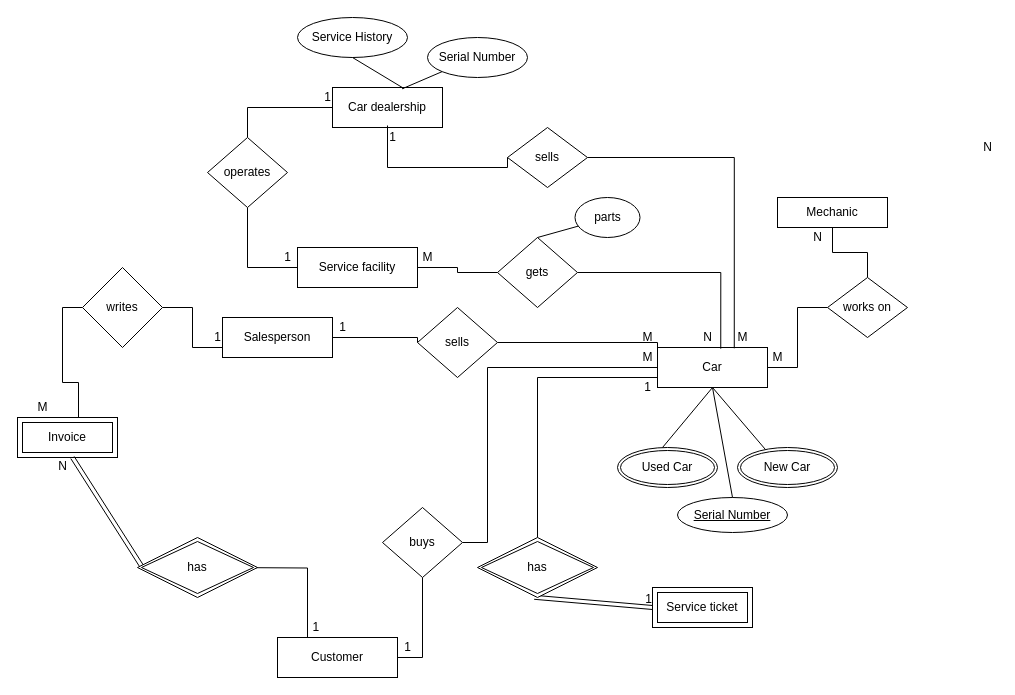
Above: DS3 Activity 3.5 ER Diagram.drawio in ImaDeSara/ImaDeSara (draw.io), before the change. Source tidied: cells renumbered, new cells numbered last; positions are measured from the earlier drawing's top-left corner, leaving out a move shared by most shapes. Both pictures are drawn from the tidied source at 100%, with x=0, y=0 at pixel (17, 17).
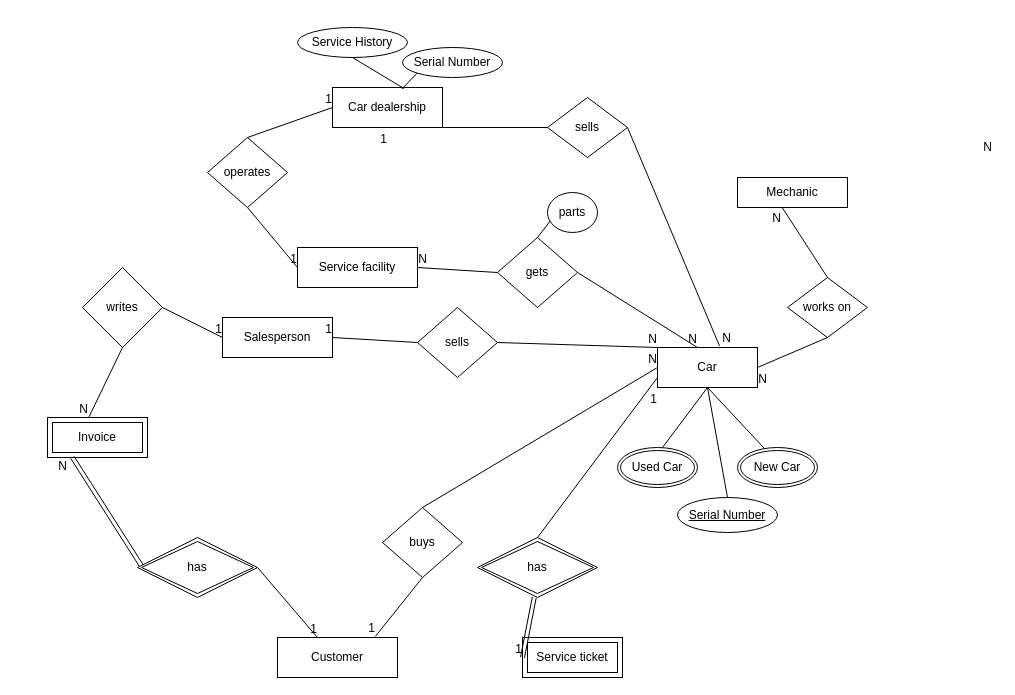
The same diagram, later.

Unchanged cells that the change refers to:
```xml
<mxCell id="3" value="Car dealership" style="rounded=0;whiteSpace=wrap;html=1;" parent="1" vertex="1">
  <mxGeometry x="315" y="70" width="110" height="40" as="geometry" />
</mxCell>
<mxCell id="4" value="Service facility" style="rounded=0;whiteSpace=wrap;html=1;" parent="1" vertex="1">
  <mxGeometry x="280" y="230" width="120" height="40" as="geometry" />
</mxCell>
<mxCell id="8" value="Salesperson" style="rounded=0;whiteSpace=wrap;html=1;" parent="1" vertex="1">
  <mxGeometry x="205" y="300" width="110" height="40" as="geometry" />
</mxCell>
<mxCell id="11" value="Customer" style="rounded=0;whiteSpace=wrap;html=1;" parent="1" vertex="1">
  <mxGeometry x="260" y="620" width="120" height="40" as="geometry" />
</mxCell>
<mxCell id="26" value="sells" style="rhombus;whiteSpace=wrap;html=1;" parent="1" vertex="1">
  <mxGeometry x="400" y="290" width="80" height="70" as="geometry" />
</mxCell>
<mxCell id="30" value="buys" style="rhombus;whiteSpace=wrap;html=1;" parent="1" vertex="1">
  <mxGeometry x="365" y="490" width="80" height="70" as="geometry" />
</mxCell>
<mxCell id="34" value="writes" style="rhombus;whiteSpace=wrap;html=1;" parent="1" vertex="1">
  <mxGeometry x="65" y="250" width="80" height="80" as="geometry" />
</mxCell>
<mxCell id="40" value="operates" style="rhombus;whiteSpace=wrap;html=1;" parent="1" vertex="1">
  <mxGeometry x="190" y="120" width="80" height="70" as="geometry" />
</mxCell>
<mxCell id="45" value="gets" style="rhombus;whiteSpace=wrap;html=1;" parent="1" vertex="1">
  <mxGeometry x="480" y="220" width="80" height="70" as="geometry" />
</mxCell>
<mxCell id="65" value="&lt;span&gt;has&lt;/span&gt;" style="shape=rhombus;double=1;perimeter=rhombusPerimeter;whiteSpace=wrap;html=1;align=center;" parent="1" vertex="1">
  <mxGeometry x="120" y="520" width="120" height="60" as="geometry" />
</mxCell>
<mxCell id="66" value="&lt;span&gt;has&lt;/span&gt;" style="shape=rhombus;double=1;perimeter=rhombusPerimeter;whiteSpace=wrap;html=1;align=center;" parent="1" vertex="1">
  <mxGeometry x="460" y="520" width="120" height="60" as="geometry" />
</mxCell>
```

What changed in the source:
```diff
@@
-    <mxCell id="2" style="edgeStyle=orthogonalEdgeStyle;rounded=0;jettySize=auto;html=1;entryX=0.5;entryY=0;entryDx=0;entryDy=0;startArrow=none;startFill=0;endArrow=none;endFill=0;" parent="1" edge="1" source="3" target="40">
-      <mxGeometry relative="1" as="geometry" />
-    </mxCell>
@@
-    <mxCell id="5" style="edgeStyle=orthogonalEdgeStyle;rounded=0;jettySize=auto;html=1;startArrow=none;startFill=0;endArrow=none;endFill=0;entryX=0.5;entryY=0;entryDx=0;entryDy=0;" parent="1" edge="1" source="6" target="66">
-      <mxGeometry relative="1" as="geometry">
-        <Array as="points">
-          <mxPoint x="520" y="360" />
-        </Array>
-      </mxGeometry>
-    </mxCell>
     <mxCell id="6" value="Car" style="rounded=0;whiteSpace=wrap;html=1;" parent="1" vertex="1">
-      <mxGeometry x="640" y="330" width="110" height="40" as="geometry" />
+      <mxGeometry x="640" y="330" width="100" height="40" as="geometry" />
     </mxCell>
-    <mxCell id="7" style="edgeStyle=orthogonalEdgeStyle;rounded=0;jettySize=auto;html=1;entryX=0;entryY=0.5;entryDx=0;entryDy=0;startArrow=none;startFill=0;endArrow=none;endFill=0;" parent="1" edge="1" source="8" target="26">
-      <mxGeometry relative="1" as="geometry">
-        <Array as="points">
-          <mxPoint x="400" y="320" />
-        </Array>
-      </mxGeometry>
-    </mxCell>
@@
-    <mxCell id="9" style="edgeStyle=orthogonalEdgeStyle;rounded=0;jettySize=auto;html=1;entryX=0;entryY=0.5;entryDx=0;entryDy=0;startArrow=none;startFill=0;endArrow=none;endFill=0;" parent="1" edge="1" target="34">
-      <mxGeometry relative="1" as="geometry">
-        <mxPoint x="40" y="400" as="sourcePoint" />
-      </mxGeometry>
-    </mxCell>
     <mxCell id="10" value="Mechanic" style="rounded=0;whiteSpace=wrap;html=1;" parent="1" vertex="1">
-      <mxGeometry x="760" y="180" width="110" height="30" as="geometry" />
+      <mxGeometry x="720" y="160" width="110" height="30" as="geometry" />
     </mxCell>
@@
     <mxCell id="12" value="Serial Number" style="ellipse;whiteSpace=wrap;html=1;" parent="1" vertex="1">
-      <mxGeometry x="410" y="20" width="100" height="40" as="geometry" />
+      <mxGeometry x="385" y="30" width="100" height="30" as="geometry" />
     </mxCell>
@@
-    <mxCell id="14" style="edgeStyle=orthogonalEdgeStyle;rounded=0;jettySize=auto;html=1;entryX=0.698;entryY=0.02;entryDx=0;entryDy=0;entryPerimeter=0;startArrow=none;startFill=0;endArrow=none;endFill=0;" parent="1" edge="1" source="15" target="6">
-      <mxGeometry relative="1" as="geometry" />
-    </mxCell>
     <mxCell id="15" value="sells" style="rhombus;whiteSpace=wrap;html=1;" parent="1" vertex="1">
-      <mxGeometry x="490" y="110" width="80" height="60" as="geometry" />
+      <mxGeometry x="530" y="80" width="80" height="60" as="geometry" />
     </mxCell>
-    <mxCell id="16" style="edgeStyle=orthogonalEdgeStyle;rounded=0;jettySize=auto;html=1;entryX=0;entryY=0.5;entryDx=0;entryDy=0;startArrow=none;startFill=0;endArrow=none;endFill=0;" parent="1" edge="1" target="15">
-      <mxGeometry relative="1" as="geometry">
-        <mxPoint x="370" y="108" as="sourcePoint" />
-        <Array as="points">
-          <mxPoint x="370" y="150" />
-        </Array>
-      </mxGeometry>
-    </mxCell>
-    <mxCell id="17" value="1" style="text;html=1;align=center;verticalAlign=middle;strokeColor=none;fillColor=none;" parent="1" vertex="1">
-      <mxGeometry x="365" y="110" width="20" height="20" as="geometry" />
-    </mxCell>
-    <mxCell id="18" value="M" style="text;html=1;align=center;verticalAlign=middle;strokeColor=none;fillColor=none;" parent="1" vertex="1">
-      <mxGeometry x="710" y="310" width="30" height="20" as="geometry" />
-    </mxCell>
@@
     <mxCell id="21" value="&lt;u&gt;Serial Number&lt;/u&gt;" style="ellipse;whiteSpace=wrap;html=1;" parent="1" vertex="1">
-      <mxGeometry x="660" y="480" width="110" height="35" as="geometry" />
+      <mxGeometry x="660" y="480" width="100" height="35" as="geometry" />
     </mxCell>
@@
     <mxCell id="23" value="&lt;span&gt;Service History&lt;/span&gt;" style="ellipse;whiteSpace=wrap;html=1;" parent="1" vertex="1">
-      <mxGeometry x="280" width="110" height="40" as="geometry" />
+      <mxGeometry x="280" y="10" width="110" height="30" as="geometry" />
     </mxCell>
@@
-    <mxCell id="25" style="edgeStyle=orthogonalEdgeStyle;rounded=0;jettySize=auto;html=1;entryX=0;entryY=0.75;entryDx=0;entryDy=0;startArrow=none;startFill=0;endArrow=none;endFill=0;exitX=1;exitY=0.5;exitDx=0;exitDy=0;" parent="1" edge="1" source="26" target="6">
-      <mxGeometry relative="1" as="geometry">
-        <Array as="points">
-          <mxPoint x="640" y="325" />
-        </Array>
-      </mxGeometry>
-    </mxCell>
@@
-    <mxCell id="27" value="M" style="text;html=1;align=center;verticalAlign=middle;strokeColor=none;fillColor=none;" parent="1" vertex="1">
-      <mxGeometry x="615" y="330" width="30" height="20" as="geometry" />
-    </mxCell>
-    <mxCell id="28" style="edgeStyle=orthogonalEdgeStyle;rounded=0;jettySize=auto;html=1;entryX=1;entryY=0.5;entryDx=0;entryDy=0;startArrow=none;startFill=0;endArrow=none;endFill=0;" parent="1" edge="1" source="30" target="11">
-      <mxGeometry relative="1" as="geometry" />
-    </mxCell>
-    <mxCell id="29" style="edgeStyle=orthogonalEdgeStyle;rounded=0;jettySize=auto;html=1;startArrow=none;startFill=0;endArrow=none;endFill=0;entryX=0;entryY=0.25;entryDx=0;entryDy=0;" parent="1" edge="1" source="30" target="6">
-      <mxGeometry relative="1" as="geometry">
-        <Array as="points">
-          <mxPoint x="470" y="525" />
-          <mxPoint x="470" y="350" />
-          <mxPoint x="640" y="350" />
-        </Array>
-      </mxGeometry>
-    </mxCell>
@@
-    <mxCell id="31" value="&amp;nbsp; &amp;nbsp; &amp;nbsp;1" style="text;html=1;align=center;verticalAlign=middle;strokeColor=none;fillColor=none;" parent="1" vertex="1">
-      <mxGeometry x="270" y="600" width="40" height="20" as="geometry" />
-    </mxCell>
-    <mxCell id="32" value="M" style="text;html=1;align=center;verticalAlign=middle;strokeColor=none;fillColor=none;" parent="1" vertex="1">
-      <mxGeometry x="615" y="310" width="30" height="20" as="geometry" />
-    </mxCell>
-    <mxCell id="33" style="edgeStyle=orthogonalEdgeStyle;rounded=0;jettySize=auto;html=1;entryX=0;entryY=0.75;entryDx=0;entryDy=0;startArrow=none;startFill=0;endArrow=none;endFill=0;" parent="1" edge="1" source="34" target="8">
-      <mxGeometry relative="1" as="geometry" />
-    </mxCell>
@@
-    <mxCell id="35" value="1" style="text;html=1;align=center;verticalAlign=middle;strokeColor=none;fillColor=none;" parent="1" vertex="1">
-      <mxGeometry x="190" y="310" width="20" height="20" as="geometry" />
-    </mxCell>
-    <mxCell id="36" value="M" style="text;html=1;align=center;verticalAlign=middle;strokeColor=none;fillColor=none;" parent="1" vertex="1">
-      <mxGeometry x="10" y="380" width="30" height="20" as="geometry" />
-    </mxCell>
-    <mxCell id="37" style="edgeStyle=orthogonalEdgeStyle;rounded=0;jettySize=auto;html=1;startArrow=none;startFill=0;endArrow=none;endFill=0;entryX=0.25;entryY=0;entryDx=0;entryDy=0;" parent="1" edge="1" target="11">
-      <mxGeometry relative="1" as="geometry">
-        <mxPoint x="205" y="550" as="sourcePoint" />
-      </mxGeometry>
-    </mxCell>
-    <mxCell id="38" value="1" style="text;html=1;align=center;verticalAlign=middle;strokeColor=none;fillColor=none;" parent="1" vertex="1">
-      <mxGeometry x="315" y="300" width="20" height="20" as="geometry" />
-    </mxCell>
-    <mxCell id="39" style="edgeStyle=orthogonalEdgeStyle;rounded=0;jettySize=auto;html=1;entryX=0;entryY=0.5;entryDx=0;entryDy=0;startArrow=none;startFill=0;endArrow=none;endFill=0;" parent="1" edge="1" source="40" target="4">
-      <mxGeometry relative="1" as="geometry">
-        <Array as="points">
-          <mxPoint x="230" y="250" />
-        </Array>
-      </mxGeometry>
-    </mxCell>
@@
-    <mxCell id="41" value="1" style="text;html=1;align=center;verticalAlign=middle;strokeColor=none;fillColor=none;" parent="1" vertex="1">
-      <mxGeometry x="300" y="70" width="20" height="20" as="geometry" />
-    </mxCell>
-    <mxCell id="42" value="1" style="text;html=1;align=center;verticalAlign=middle;strokeColor=none;fillColor=none;" parent="1" vertex="1">
-      <mxGeometry x="260" y="230" width="20" height="20" as="geometry" />
-    </mxCell>
-    <mxCell id="43" style="edgeStyle=orthogonalEdgeStyle;rounded=0;jettySize=auto;html=1;entryX=1;entryY=0.5;entryDx=0;entryDy=0;startArrow=none;startFill=0;endArrow=none;endFill=0;" parent="1" edge="1" source="45" target="4">
-      <mxGeometry relative="1" as="geometry" />
-    </mxCell>
-    <mxCell id="44" style="edgeStyle=orthogonalEdgeStyle;rounded=0;jettySize=auto;html=1;entryX=0.575;entryY=0.03;entryDx=0;entryDy=0;entryPerimeter=0;startArrow=none;startFill=0;endArrow=none;endFill=0;" parent="1" edge="1" source="45" target="6">
-      <mxGeometry relative="1" as="geometry" />
-    </mxCell>
@@
-    <mxCell id="46" value="M" style="text;html=1;align=center;verticalAlign=middle;strokeColor=none;fillColor=none;" parent="1" vertex="1">
-      <mxGeometry x="395" y="230" width="30" height="20" as="geometry" />
-    </mxCell>
-    <mxCell id="47" value="&amp;nbsp; &amp;nbsp;N" style="text;html=1;align=center;verticalAlign=middle;strokeColor=none;fillColor=none;" parent="1" vertex="1">
-      <mxGeometry x="670" y="310" width="30" height="20" as="geometry" />
-    </mxCell>
     <mxCell id="48" value="&lt;span&gt;parts&lt;/span&gt;" style="ellipse;whiteSpace=wrap;html=1;" parent="1" vertex="1">
-      <mxGeometry x="557.5" y="180" width="65" height="40" as="geometry" />
+      <mxGeometry x="530" y="175" width="50" height="40" as="geometry" />
     </mxCell>
@@
-    <mxCell id="50" value="1" style="text;html=1;align=center;verticalAlign=middle;strokeColor=none;fillColor=none;" parent="1" vertex="1">
-      <mxGeometry x="380" y="620" width="20" height="20" as="geometry" />
-    </mxCell>
-    <mxCell id="51" value="1" style="text;html=1;align=center;verticalAlign=middle;strokeColor=none;fillColor=none;" parent="1" vertex="1">
-      <mxGeometry x="620" y="360" width="20" height="20" as="geometry" />
-    </mxCell>
     <mxCell id="52" value="Used Car" style="ellipse;shape=doubleEllipse;margin=3;whiteSpace=wrap;html=1;align=center;" parent="1" vertex="1">
-      <mxGeometry x="600" y="430" width="100" height="40" as="geometry" />
+      <mxGeometry x="600" y="430" width="80" height="40" as="geometry" />
     </mxCell>
     <mxCell id="53" value="New Car" style="ellipse;shape=doubleEllipse;margin=3;whiteSpace=wrap;html=1;align=center;" parent="1" vertex="1">
-      <mxGeometry x="720" y="430" width="100" height="40" as="geometry" />
+      <mxGeometry x="720" y="430" width="80" height="40" as="geometry" />
     </mxCell>
     <mxCell id="54" value="Service ticket" style="shape=ext;margin=3;double=1;whiteSpace=wrap;html=1;align=center;" parent="1" vertex="1">
-      <mxGeometry x="635" y="570" width="100" height="40" as="geometry" />
+      <mxGeometry x="505" y="620" width="100" height="40" as="geometry" />
     </mxCell>
     <mxCell id="55" value="Invoice" style="shape=ext;margin=3;double=1;whiteSpace=wrap;html=1;align=center;" parent="1" vertex="1">
-      <mxGeometry y="400" width="100" height="40" as="geometry" />
+      <mxGeometry x="30" y="400" width="100" height="40" as="geometry" />
     </mxCell>
@@
-    <mxCell id="60" style="edgeStyle=orthogonalEdgeStyle;rounded=0;jettySize=auto;html=1;entryX=1;entryY=0.5;entryDx=0;entryDy=0;startArrow=none;startFill=0;endArrow=none;endFill=0;" parent="1" edge="1" source="62" target="6">
-      <mxGeometry relative="1" as="geometry" />
-    </mxCell>
-    <mxCell id="61" style="edgeStyle=orthogonalEdgeStyle;rounded=0;jettySize=auto;html=1;entryX=0.5;entryY=1;entryDx=0;entryDy=0;startArrow=none;startFill=0;endArrow=none;endFill=0;" parent="1" edge="1" source="62" target="10">
-      <mxGeometry relative="1" as="geometry" />
-    </mxCell>
     <mxCell id="62" value="works on" style="rhombus;whiteSpace=wrap;html=1;" parent="1" vertex="1">
-      <mxGeometry x="810" y="260" width="80" height="60" as="geometry" />
+      <mxGeometry x="770" y="260" width="80" height="60" as="geometry" />
     </mxCell>
@@
-    <mxCell id="64" value="M" style="text;html=1;align=center;verticalAlign=middle;strokeColor=none;fillColor=none;" parent="1" vertex="1">
-      <mxGeometry x="745" y="330" width="30" height="20" as="geometry" />
-    </mxCell>
@@
-    <mxCell id="67" value="N" style="text;html=1;align=center;verticalAlign=middle;strokeColor=none;fillColor=none;" parent="1" vertex="1">
-      <mxGeometry x="790" y="210" width="20" height="20" as="geometry" />
-    </mxCell>
+    <mxCell id="68" style="endArrow=none;html=1;rounded=0;entryX=0.5;entryY=1;entryDx=0;entryDy=0;exitX=0;exitY=0.5;exitDx=0;exitDy=0;" parent="1" edge="1" source="15" target="3">
+      <mxGeometry relative="1" as="geometry" />
+    </mxCell>
+    <mxCell id="69" value="1" style="html=1;align=right;verticalAlign=bottom;" parent="68" vertex="1">
+      <mxGeometry x="1" relative="1" as="geometry">
+        <mxPoint y="20" as="offset" />
+      </mxGeometry>
+    </mxCell>
+    <mxCell id="70" style="endArrow=none;html=1;rounded=0;entryX=0;entryY=0.5;entryDx=0;entryDy=0;exitX=0.5;exitY=0;exitDx=0;exitDy=0;" parent="1" edge="1" source="40" target="3">
+      <mxGeometry relative="1" as="geometry" />
+    </mxCell>
+    <mxCell id="71" value="1" style="html=1;align=right;verticalAlign=bottom;" parent="70" vertex="1">
+      <mxGeometry x="1" relative="1" as="geometry" />
+    </mxCell>
+    <mxCell id="39" style="endArrow=none;html=1;rounded=0;exitX=0.5;exitY=1;exitDx=0;exitDy=0;entryX=0;entryY=0.5;entryDx=0;entryDy=0;" parent="1" edge="1" source="40" target="4">
+      <mxGeometry relative="1" as="geometry" />
+    </mxCell>
+    <mxCell id="72" value="1" style="html=1;align=right;verticalAlign=bottom;" parent="39" vertex="1">
+      <mxGeometry x="1" relative="1" as="geometry" />
+    </mxCell>
+    <mxCell id="43" style="endArrow=none;html=1;rounded=0;entryX=1;entryY=0.5;entryDx=0;entryDy=0;exitX=0;exitY=0.5;exitDx=0;exitDy=0;" parent="1" edge="1" source="45" target="4">
+      <mxGeometry relative="1" as="geometry" />
+    </mxCell>
+    <mxCell id="73" value="N" style="html=1;align=right;verticalAlign=bottom;" parent="43" vertex="1">
+      <mxGeometry x="1" relative="1" as="geometry">
+        <mxPoint x="10" as="offset" />
+      </mxGeometry>
+    </mxCell>
+    <mxCell id="74" style="endArrow=none;html=1;rounded=0;exitX=1;exitY=0.5;exitDx=0;exitDy=0;" parent="1" edge="1" source="45">
+      <mxGeometry relative="1" as="geometry">
+        <mxPoint x="680" y="330" as="targetPoint" />
+      </mxGeometry>
+    </mxCell>
+    <mxCell id="75" value="N" style="html=1;align=right;verticalAlign=bottom;" parent="74" vertex="1">
+      <mxGeometry x="1" relative="1" as="geometry" />
+    </mxCell>
+    <mxCell id="14" style="endArrow=none;html=1;rounded=0;entryX=0.62;entryY=-0.041;entryDx=0;entryDy=0;entryPerimeter=0;exitX=1;exitY=0.5;exitDx=0;exitDy=0;" parent="1" edge="1" source="15" target="6">
+      <mxGeometry relative="1" as="geometry" />
+    </mxCell>
+    <mxCell id="76" value="N" style="html=1;align=right;verticalAlign=bottom;" parent="14" vertex="1">
+      <mxGeometry x="1" relative="1" as="geometry">
+        <mxPoint x="12" y="1" as="offset" />
+      </mxGeometry>
+    </mxCell>
+    <mxCell id="61" style="endArrow=none;html=1;rounded=0;entryX=0.403;entryY=0.983;entryDx=0;entryDy=0;entryPerimeter=0;exitX=0.5;exitY=0;exitDx=0;exitDy=0;" parent="1" edge="1" source="62" target="10">
+      <mxGeometry relative="1" as="geometry" />
+    </mxCell>
+    <mxCell id="77" value="N" style="html=1;align=right;verticalAlign=bottom;" parent="61" vertex="1">
+      <mxGeometry x="1" relative="1" as="geometry">
+        <mxPoint y="20" as="offset" />
+      </mxGeometry>
+    </mxCell>
+    <mxCell id="60" style="endArrow=none;html=1;rounded=0;entryX=1;entryY=0.5;entryDx=0;entryDy=0;exitX=0.5;exitY=1;exitDx=0;exitDy=0;" parent="1" edge="1" source="62" target="6">
+      <mxGeometry relative="1" as="geometry" />
+    </mxCell>
+    <mxCell id="78" value="N" style="html=1;align=right;verticalAlign=bottom;" parent="60" vertex="1">
+      <mxGeometry x="1" relative="1" as="geometry">
+        <mxPoint x="10" y="20" as="offset" />
+      </mxGeometry>
+    </mxCell>
+    <mxCell id="25" style="endArrow=none;html=1;rounded=0;exitX=1;exitY=0.5;exitDx=0;exitDy=0;entryX=0;entryY=0;entryDx=0;entryDy=0;" parent="1" edge="1" source="26" target="6">
+      <mxGeometry relative="1" as="geometry" />
+    </mxCell>
+    <mxCell id="79" value="N" style="html=1;align=right;verticalAlign=bottom;" parent="25" vertex="1">
+      <mxGeometry x="1" relative="1" as="geometry" />
+    </mxCell>
+    <mxCell id="29" style="endArrow=none;html=1;rounded=0;entryX=0;entryY=0.5;entryDx=0;entryDy=0;exitX=0.5;exitY=0;exitDx=0;exitDy=0;" parent="1" edge="1" source="30" target="6">
+      <mxGeometry relative="1" as="geometry" />
+    </mxCell>
+    <mxCell id="80" value="N" style="html=1;align=right;verticalAlign=bottom;" parent="29" vertex="1">
+      <mxGeometry x="1" relative="1" as="geometry" />
+    </mxCell>
+    <mxCell id="81" style="endArrow=none;html=1;rounded=0;entryX=0;entryY=0.75;entryDx=0;entryDy=0;exitX=0.5;exitY=0;exitDx=0;exitDy=0;" parent="1" edge="1" source="66" target="6">
+      <mxGeometry relative="1" as="geometry" />
+    </mxCell>
+    <mxCell id="82" value="1" style="html=1;align=right;verticalAlign=bottom;" parent="81" vertex="1">
+      <mxGeometry x="1" relative="1" as="geometry">
+        <mxPoint y="30" as="offset" />
+      </mxGeometry>
+    </mxCell>
+    <mxCell id="28" style="endArrow=none;html=1;rounded=0;entryX=0.815;entryY=-0.025;entryDx=0;entryDy=0;entryPerimeter=0;exitX=0.5;exitY=1;exitDx=0;exitDy=0;" parent="1" edge="1" source="30" target="11">
+      <mxGeometry relative="1" as="geometry" />
+    </mxCell>
+    <mxCell id="83" value="1" style="html=1;align=right;verticalAlign=bottom;" parent="28" vertex="1">
+      <mxGeometry x="1" relative="1" as="geometry" />
+    </mxCell>
+    <mxCell id="84" style="endArrow=none;html=1;rounded=0;entryX=0.333;entryY=0;entryDx=0;entryDy=0;entryPerimeter=0;exitX=1;exitY=0.5;exitDx=0;exitDy=0;" parent="1" edge="1" source="65" target="11">
+      <mxGeometry relative="1" as="geometry" />
+    </mxCell>
+    <mxCell id="85" value="1" style="html=1;align=right;verticalAlign=bottom;" parent="84" vertex="1">
+      <mxGeometry x="1" relative="1" as="geometry" />
+    </mxCell>
+    <mxCell id="86" style="endArrow=none;html=1;rounded=0;exitX=0.5;exitY=1;exitDx=0;exitDy=0;entryX=0.41;entryY=0.011;entryDx=0;entryDy=0;entryPerimeter=0;" parent="1" edge="1" source="34" target="55">
+      <mxGeometry relative="1" as="geometry" />
+    </mxCell>
+    <mxCell id="87" value="N" style="html=1;align=right;verticalAlign=bottom;" parent="86" vertex="1">
+      <mxGeometry x="1" relative="1" as="geometry" />
+    </mxCell>
+    <mxCell id="33" style="endArrow=none;html=1;rounded=0;exitX=1;exitY=0.5;exitDx=0;exitDy=0;entryX=0;entryY=0.5;entryDx=0;entryDy=0;" parent="1" edge="1" source="34" target="8">
+      <mxGeometry relative="1" as="geometry" />
+    </mxCell>
+    <mxCell id="88" value="1" style="html=1;align=right;verticalAlign=bottom;" parent="33" vertex="1">
+      <mxGeometry x="1" relative="1" as="geometry" />
+    </mxCell>
+    <mxCell id="89" style="endArrow=none;html=1;rounded=0;entryX=1;entryY=0.5;entryDx=0;entryDy=0;exitX=0;exitY=0.5;exitDx=0;exitDy=0;" parent="1" edge="1" source="26" target="8">
+      <mxGeometry relative="1" as="geometry" />
+    </mxCell>
+    <mxCell id="90" value="1" style="html=1;align=right;verticalAlign=bottom;" parent="89" vertex="1">
+      <mxGeometry x="1" relative="1" as="geometry" />
+    </mxCell>
```
